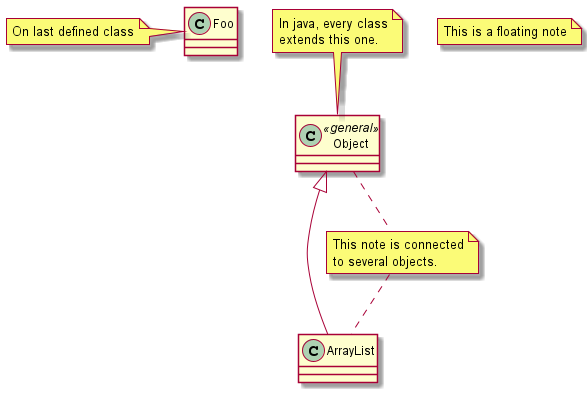
danysdragons/PlantUML keeps this PlantUML diagram as Class Diagram/classDiagram.png. Above is the earlier version.
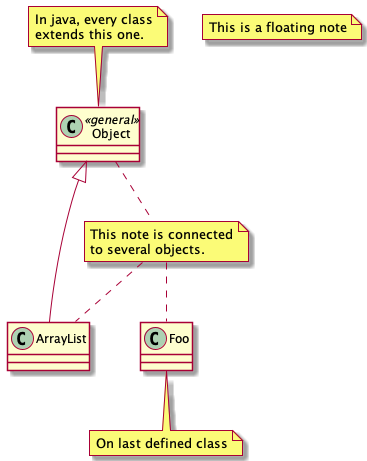
Later version of the same file.

The edit, as a diff of the source:
```diff
@@ -10,6 +10,9 @@
 N2 .. ArrayList
 
 class Foo
-note left: On last defined class
+N2 .. Foo
+note bottom: On last defined class
+
+
 
 @enduml
```
